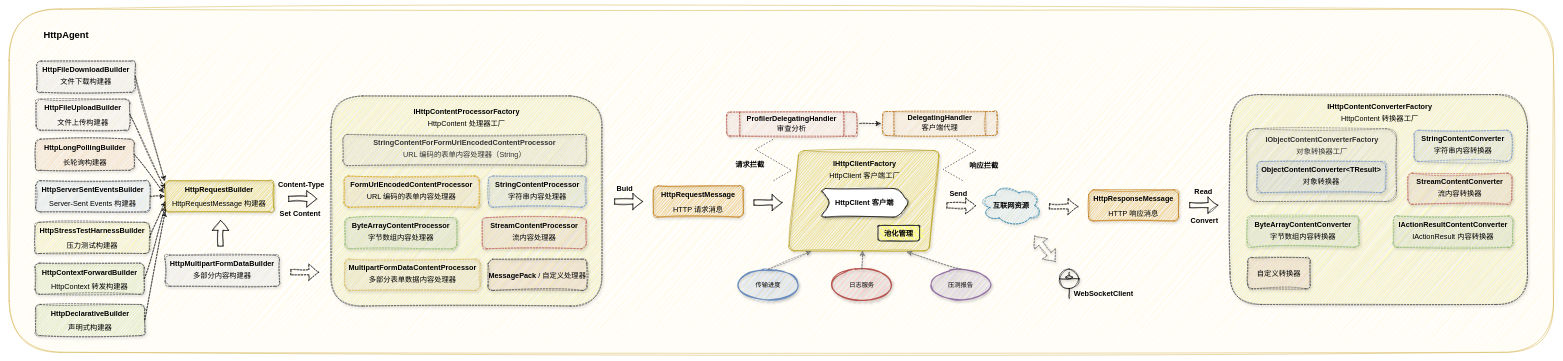
Above: drawio/HttpAgent.drawio in MonkSoul/HttpAgent (draw.io), before the change. Source tidied: cells renumbered, new cells numbered last; positions are measured from the earlier drawing's top-left corner, leaving out a move shared by most shapes. Both pictures are drawn from the tidied source at 52%, with x=0, y=0 at pixel (9, 9).
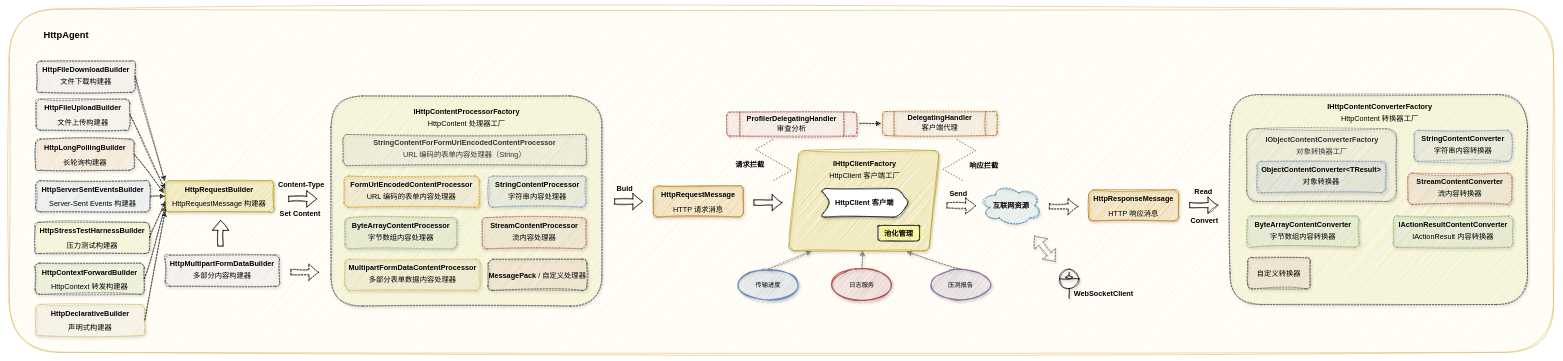
After the change.

Commit message (it also covers changes not shown here):
😊 更新架构图

The edit, as a diff of the source:
```diff
@@
-    <mxCell id="74" value="&lt;div style=&quot;line-height: 200%;&quot;&gt;HttpDeclarativeBuilder&lt;br&gt;&lt;/div&gt;&lt;div style=&quot;line-height: 200%;&quot;&gt;&lt;span style=&quot;background-color: initial; font-weight: 400;&quot;&gt;声明式构建器&lt;/span&gt;&lt;br&gt;&lt;/div&gt;" style="rounded=1;whiteSpace=wrap;html=1;fontSize=14;fontStyle=1;labelBackgroundColor=none;glass=0;shadow=1;sketch=1;curveFitting=1;jiggle=2;fillColor=#cdeb8b;strokeColor=#36393d;dashed=1;" parent="1" vertex="1">
+    <mxCell id="74" value="&lt;div style=&quot;line-height: 200%;&quot;&gt;HttpDeclarativeBuilder&lt;br&gt;&lt;/div&gt;&lt;div style=&quot;line-height: 200%;&quot;&gt;&lt;span style=&quot;background-color: initial; font-weight: 400;&quot;&gt;声明式构建器&lt;/span&gt;&lt;br&gt;&lt;/div&gt;" style="rounded=1;whiteSpace=wrap;html=1;fontSize=14;fontStyle=1;labelBackgroundColor=none;glass=0;shadow=1;sketch=1;curveFitting=1;jiggle=2;fillColor=#fff2cc;strokeColor=#d6b656;dashed=1;" parent="1" vertex="1">
       <mxGeometry x="51" y="568" width="210" height="60" as="geometry" />
     </mxCell>
```
